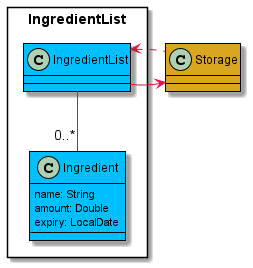
Earlier version of the PlantUML export docs/images/IngredientListDiagram.png (nus-cs2113-AY2122S1/tp).
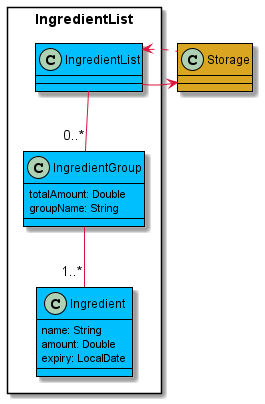
The same file after the commit.

Change to the diagram source:
```diff
@@ -9,12 +9,17 @@
 
 Package "IngredientList"<<RECTANGLE>>{
     class IngredientList #DeepSkyBlue
+    class IngredientGroup #DeepSkyBlue
     class Ingredient #DeepSkyBlue
  }
 
 class Storage #GoldenRod
 
-IngredientList -- "0..*" Ingredient
+IngredientList -- "0..*" IngredientGroup
+IngredientGroup : totalAmount: Double
+IngredientGroup : groupName: String
+
+IngredientGroup -- "1..*" Ingredient
 Ingredient : name: String
 Ingredient : amount: Double
 Ingredient : expiry: LocalDate
```
